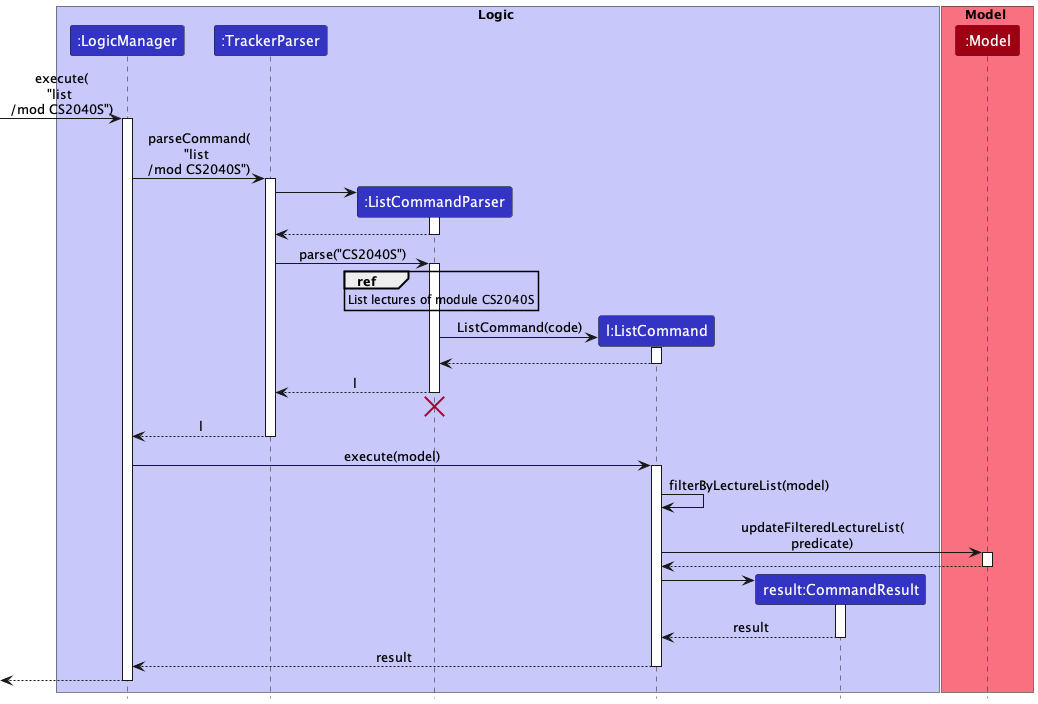
This is docs/images/ListSequenceDiagram.png from nus-cs2103-AY2223S2/tp, a PlantUML export, as it was before one commit. Source of this version:
```plantuml
@startuml
!include style.puml

box Logic LOGIC_COLOR_T1
participant ":LogicManager" as LogicManager LOGIC_COLOR
participant ":TrackerParser" as TrackerParser LOGIC_COLOR
participant ":ListCommandParser" as ListCommandParser LOGIC_COLOR
participant "l:ListCommand" as ListCommand LOGIC_COLOR
participant "result:CommandResult" as CommandResult LOGIC_COLOR
end box

box Model MODEL_COLOR_T1
participant ":Model" as Model MODEL_COLOR
end box

[-> LogicManager : execute(\n"list \n/mod CS2040S")
activate LogicManager

LogicManager -> TrackerParser : parseCommand(\n"list \n/mod CS2040S")
activate TrackerParser

create ListCommandParser
TrackerParser -> ListCommandParser
activate ListCommandParser

ListCommandParser --> TrackerParser
deactivate ListCommandParser

TrackerParser -> ListCommandParser : parse("CS2040S")
activate ListCommandParser

ref over ListCommandParser
    List lectures of module CS2040S
end ref

create ListCommand
ListCommandParser -> ListCommand : ListCommand(code)
activate ListCommand

ListCommand --> ListCommandParser
deactivate ListCommand

ListCommandParser --> TrackerParser : l
deactivate ListCommandParser

ListCommandParser -[hidden]-> TrackerParser
destroy ListCommandParser

TrackerParser --> LogicManager : l
deactivate TrackerParser

LogicManager -> ListCommand : execute(model)
activate ListCommand

ListCommand -> ListCommand : filterByLectureList(model)

ListCommand -> Model : updateFilteredLectureList(\npredicate)
activate Model

Model --> ListCommand
deactivate Model

create CommandResult
ListCommand -> CommandResult
activate CommandResult

CommandResult --> ListCommand : result
deactivate CommandResult

ListCommand --> LogicManager : result
deactivate ListCommand

[<--LogicManager
deactivate LogicManager
@enduml
```
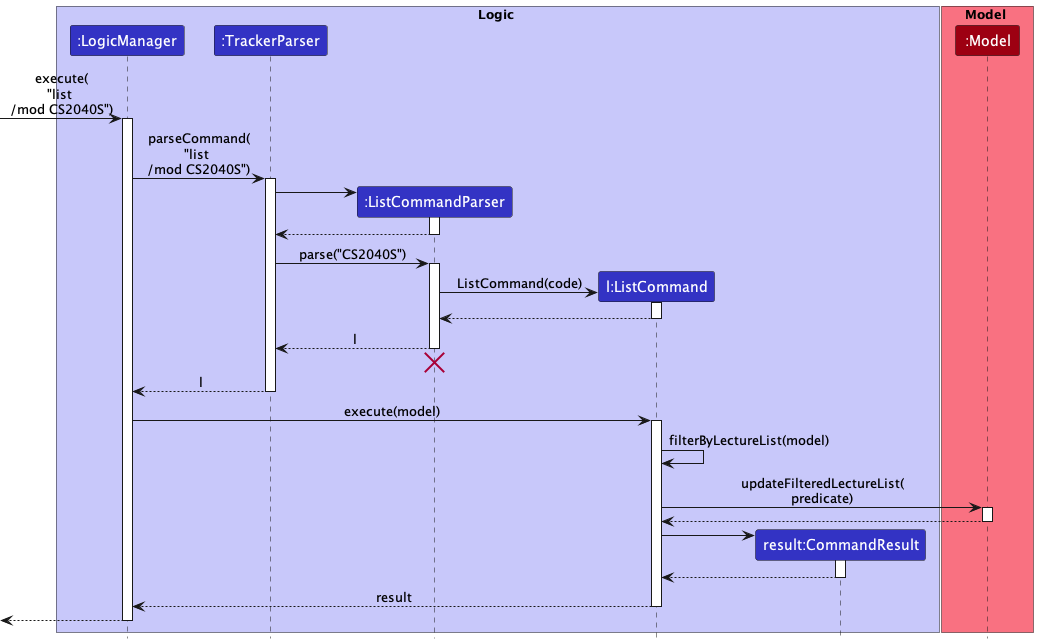
After the commit.

Commit message:
Update sequence diagrams on typo errors

The edit, as a diff of the source:
```diff
@@ -28,10 +28,6 @@
 
 TrackerParser -> ListCommandParser : parse("CS2040S")
 activate ListCommandParser
-
-ref over ListCommandParser
-    List lectures of module CS2040S
-end ref
 
 create ListCommand
 ListCommandParser -> ListCommand : ListCommand(code)
@@ -64,7 +60,7 @@
 ListCommand -> CommandResult
 activate CommandResult
 
-CommandResult --> ListCommand : result
+CommandResult --> ListCommand
 deactivate CommandResult
 
 ListCommand --> LogicManager : result
```
